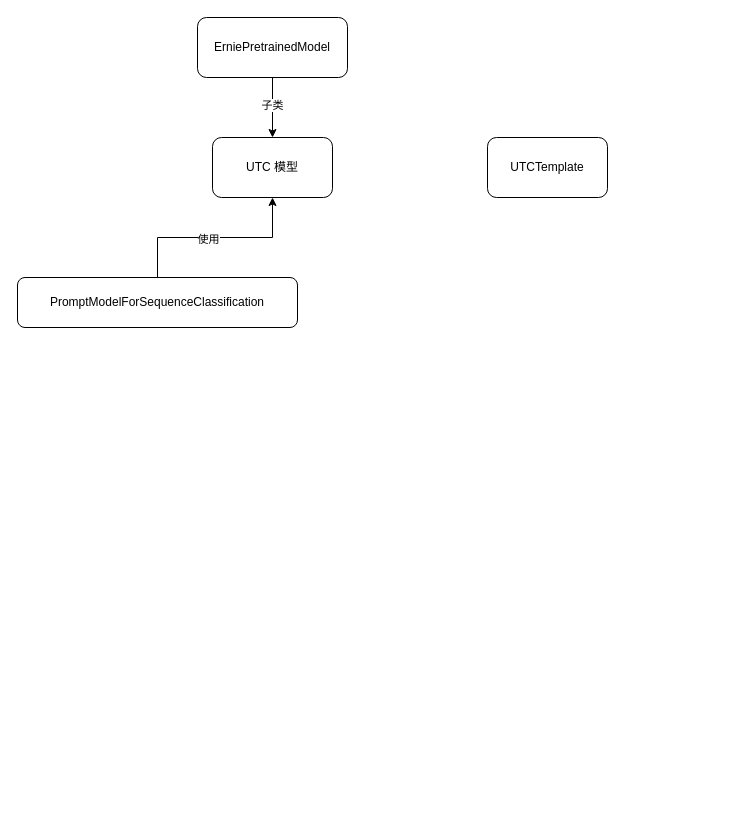
Above: applications/zero_shot_text_classification/paddlenlp.drawio in zhenhua32/PaddleNLP (draw.io), before the change. Source tidied: cells renumbered, new cells numbered last; positions are measured from the earlier drawing's top-left corner, leaving out a move shared by most shapes. Both pictures are drawn from the tidied source at 100%, with x=0, y=0 at pixel (17, 17).
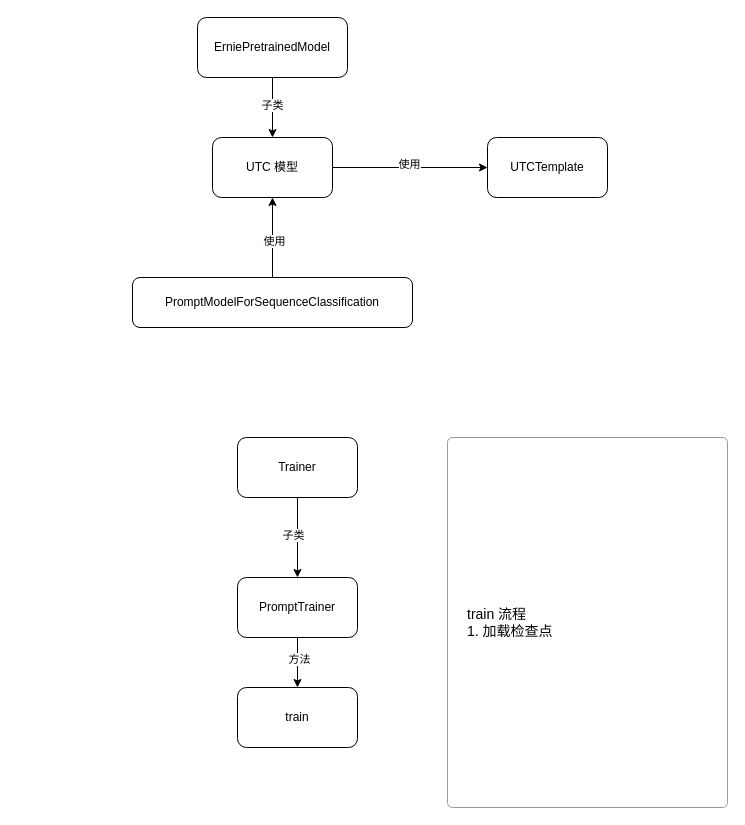
After the change.

The edit, as a diff of the source:
```diff
@@
 <mxGraphModel>
   <root>
     <mxCell id="0" />
     <mxCell id="1" parent="0" />
+    <mxCell id="10" style="edgeStyle=orthogonalEdgeStyle;rounded=0;jettySize=auto;html=1;exitX=1;exitY=0.5;exitDx=0;exitDy=0;entryX=0;entryY=0.5;entryDx=0;entryDy=0;" parent="1" edge="1" source="2" target="3">
+      <mxGeometry relative="1" as="geometry" />
+    </mxCell>
+    <mxCell id="11" value="使用" style="edgeLabel;html=1;align=center;verticalAlign=middle;" parent="10" vertex="1">
+      <mxGeometry x="-0.02" y="4" relative="1" as="geometry" />
+    </mxCell>
     <mxCell id="2" value="UTC 模型" style="rounded=1;whiteSpace=wrap;html=1;" parent="1" vertex="1">
       <mxGeometry x="195" y="120" width="120" height="60" as="geometry" />
     </mxCell>
     <mxCell id="3" value="UTCTemplate" style="rounded=1;whiteSpace=wrap;html=1;" parent="1" vertex="1">
       <mxGeometry x="470" y="120" width="120" height="60" as="geometry" />
     </mxCell>
     <mxCell id="4" style="edgeStyle=orthogonalEdgeStyle;rounded=0;jettySize=auto;html=1;" parent="1" edge="1" source="6" target="2">
       <mxGeometry relative="1" as="geometry" />
     </mxCell>
     <mxCell id="5" value="子类" style="edgeLabel;html=1;align=center;verticalAlign=middle;" parent="4" vertex="1">
       <mxGeometry x="-0.09" y="-1" relative="1" as="geometry" />
     </mxCell>
     <mxCell id="6" value="ErniePretrainedModel" style="rounded=1;whiteSpace=wrap;html=1;" parent="1" vertex="1">
       <mxGeometry x="180" width="150" height="60" as="geometry" />
     </mxCell>
     <mxCell id="7" style="edgeStyle=orthogonalEdgeStyle;rounded=0;jettySize=auto;html=1;exitX=0.5;exitY=0;exitDx=0;exitDy=0;entryX=0.5;entryY=1;entryDx=0;entryDy=0;" parent="1" edge="1" source="9" target="2">
       <mxGeometry relative="1" as="geometry" />
     </mxCell>
     <mxCell id="8" value="使用" style="edgeLabel;html=1;align=center;verticalAlign=middle;" parent="7" vertex="1">
       <mxGeometry x="-0.08" y="-1" relative="1" as="geometry" />
     </mxCell>
     <mxCell id="9" value="PromptModelForSequenceClassification" style="rounded=1;whiteSpace=wrap;html=1;" parent="1" vertex="1">
-      <mxGeometry y="260" width="280" height="50" as="geometry" />
+      <mxGeometry x="115" y="260" width="280" height="50" as="geometry" />
     </mxCell>
+    <mxCell id="12" style="edgeStyle=orthogonalEdgeStyle;rounded=0;jettySize=auto;html=1;exitX=0.5;exitY=1;exitDx=0;exitDy=0;entryX=0.5;entryY=0;entryDx=0;entryDy=0;" parent="1" edge="1" source="14" target="18">
+      <mxGeometry relative="1" as="geometry" />
+    </mxCell>
+    <mxCell id="13" value="方法" style="edgeLabel;html=1;align=center;verticalAlign=middle;" parent="12" vertex="1">
+      <mxGeometry x="-0.17" y="1" relative="1" as="geometry" />
+    </mxCell>
+    <mxCell id="14" value="PromptTrainer" style="rounded=1;whiteSpace=wrap;html=1;" parent="1" vertex="1">
+      <mxGeometry x="220" y="560" width="120" height="60" as="geometry" />
+    </mxCell>
+    <mxCell id="15" style="edgeStyle=orthogonalEdgeStyle;rounded=0;jettySize=auto;html=1;" parent="1" edge="1" source="17" target="14">
+      <mxGeometry relative="1" as="geometry" />
+    </mxCell>
+    <mxCell id="16" value="子类" style="edgeLabel;html=1;align=center;verticalAlign=middle;" parent="15" vertex="1">
+      <mxGeometry x="-0.08" y="-5" relative="1" as="geometry" />
+    </mxCell>
+    <mxCell id="17" value="Trainer" style="rounded=1;whiteSpace=wrap;html=1;" parent="1" vertex="1">
+      <mxGeometry x="220" y="420" width="120" height="60" as="geometry" />
+    </mxCell>
+    <mxCell id="18" value="train" style="rounded=1;whiteSpace=wrap;html=1;" parent="1" vertex="1">
+      <mxGeometry x="220" y="670" width="120" height="60" as="geometry" />
+    </mxCell>
+    <mxCell id="19" value="&lt;div style=&quot;&quot;&gt;&lt;span style=&quot;color: rgb(0, 0, 0); background-color: initial;&quot;&gt;train 流程&lt;/span&gt;&lt;/div&gt;&lt;font color=&quot;#000000&quot;&gt;&lt;div style=&quot;&quot;&gt;&lt;span style=&quot;background-color: initial;&quot;&gt;1. 加载检查点&lt;/span&gt;&lt;/div&gt;&lt;/font&gt;" style="html=1;shadow=0;dashed=0;shape=mxgraph.bootstrap.rrect;rSize=5;strokeColor=#999999;strokeWidth=1;fillColor=#FFFFFF;fontColor=#6C767D;whiteSpace=wrap;align=left;verticalAlign=middle;spacingLeft=10;fontSize=14;spacing=10;" parent="1" vertex="1">
+      <mxGeometry x="430" y="420" width="280" height="370" as="geometry" />
+    </mxCell>
   </root>
 </mxGraphModel>
```
